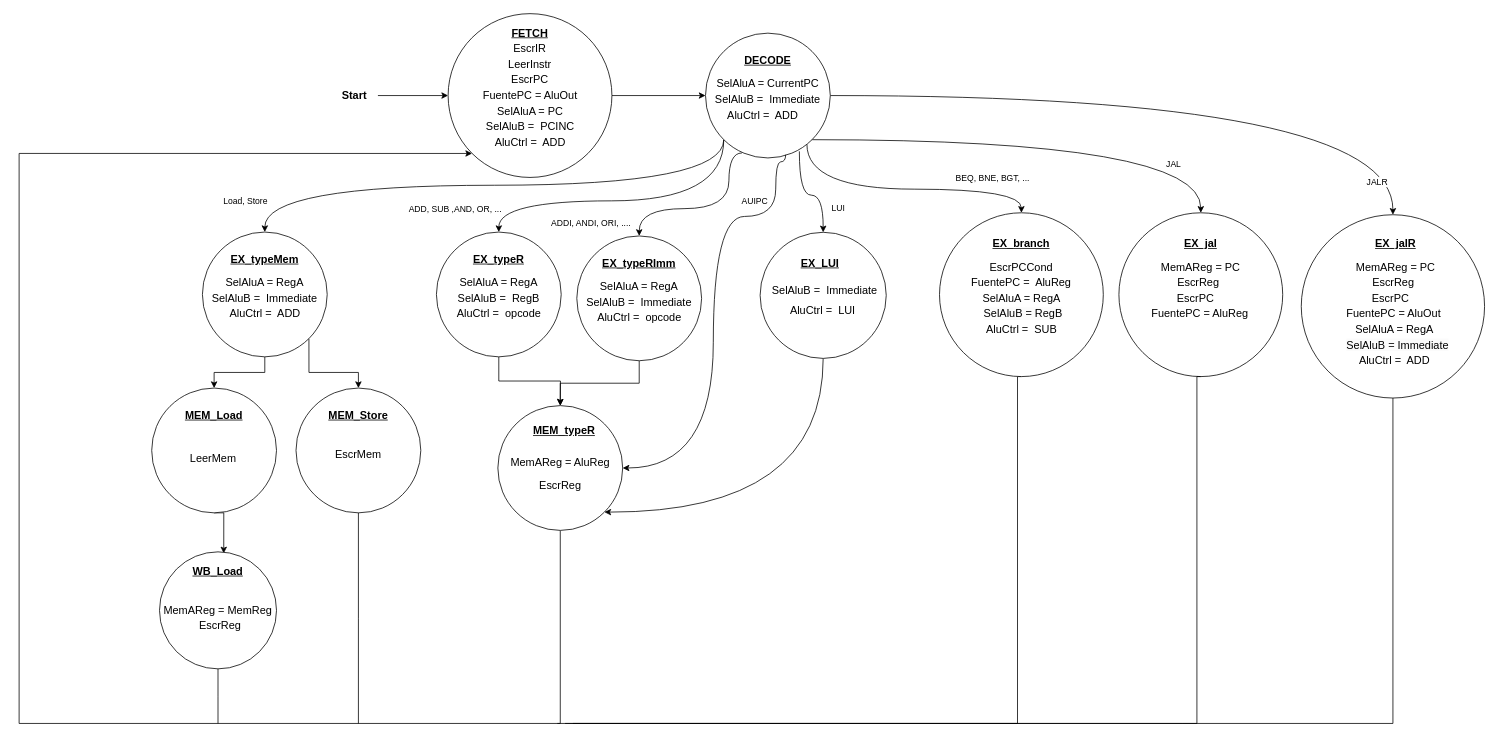
The draw.io diagram src/processors/RISC-V/rvms/StateDiagram/RVI32_StateMachine.drawio in ermaury/TFG_Ripes_MultiCycle_Processor, before the edit. Source tidied: cells renumbered, new cells numbered last; positions are measured from the earlier drawing's top-left corner, leaving out a move shared by most shapes. Both pictures are drawn from the tidied source at 78%, with x=0, y=0 at pixel (19, 13).
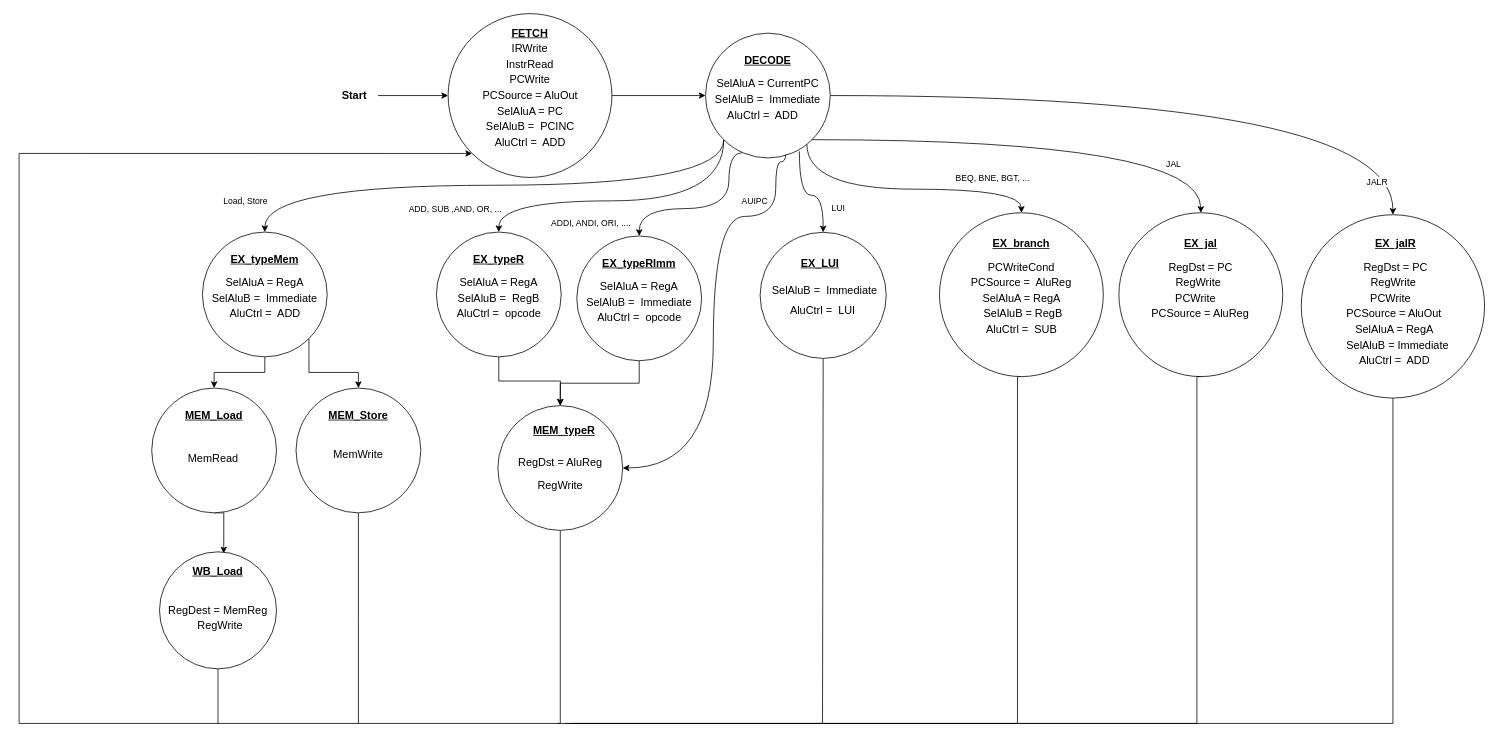
The same page after the edit.

Unchanged cells that the change refers to:
```xml
<mxCell id="43" style="ellipse;whiteSpace=wrap;html=1;" parent="1" vertex="1">
  <mxGeometry x="613.8" y="502.5" width="160" height="160" as="geometry" />
</mxCell>
<mxCell id="92" style="ellipse;whiteSpace=wrap;html=1;" parent="1" vertex="1">
  <mxGeometry x="950" y="280.3" width="161.7" height="161.7" as="geometry" />
</mxCell>
```

What changed in the source:
```diff
@@
-    <mxCell id="6" value="EscrIR" style="text;html=1;strokeColor=none;fillColor=none;align=center;verticalAlign=middle;whiteSpace=wrap;rounded=0;fontSize=14;" parent="1" vertex="1">
+    <mxCell id="6" value="IRWrite" style="text;html=1;strokeColor=none;fillColor=none;align=center;verticalAlign=middle;whiteSpace=wrap;rounded=0;fontSize=14;" parent="1" vertex="1">
       <mxGeometry x="625" y="30" width="60" height="30" as="geometry" />
     </mxCell>
-    <mxCell id="7" value="LeerInstr" style="text;html=1;strokeColor=none;fillColor=none;align=center;verticalAlign=middle;whiteSpace=wrap;rounded=0;fontSize=14;" parent="1" vertex="1">
+    <mxCell id="7" value="InstrRead" style="text;html=1;strokeColor=none;fillColor=none;align=center;verticalAlign=middle;whiteSpace=wrap;rounded=0;fontSize=14;" parent="1" vertex="1">
       <mxGeometry x="625" y="50" width="60" height="30" as="geometry" />
     </mxCell>
-    <mxCell id="8" value="EscrPC" style="text;html=1;strokeColor=none;fillColor=none;align=center;verticalAlign=middle;whiteSpace=wrap;rounded=0;fontSize=14;" parent="1" vertex="1">
+    <mxCell id="8" value="PCWrite" style="text;html=1;strokeColor=none;fillColor=none;align=center;verticalAlign=middle;whiteSpace=wrap;rounded=0;fontSize=14;" parent="1" vertex="1">
       <mxGeometry x="625" y="70" width="60" height="30" as="geometry" />
     </mxCell>
-    <mxCell id="9" value="FuentePC = AluOut" style="text;html=1;strokeColor=none;fillColor=none;align=center;verticalAlign=middle;whiteSpace=wrap;rounded=0;fontSize=14;" parent="1" vertex="1">
+    <mxCell id="9" value="PCSource = AluOut" style="text;html=1;strokeColor=none;fillColor=none;align=center;verticalAlign=middle;whiteSpace=wrap;rounded=0;fontSize=14;" parent="1" vertex="1">
       <mxGeometry x="592.5" y="90" width="125" height="30" as="geometry" />
     </mxCell>
@@
-    <mxCell id="44" value="MemAReg = AluReg" style="text;html=1;strokeColor=none;fillColor=none;align=center;verticalAlign=middle;whiteSpace=wrap;rounded=0;fontSize=14;" parent="1" vertex="1">
+    <mxCell id="44" value="RegDst = AluReg" style="text;html=1;strokeColor=none;fillColor=none;align=center;verticalAlign=middle;whiteSpace=wrap;rounded=0;fontSize=14;" parent="1" vertex="1">
       <mxGeometry x="625" y="560" width="137.5" height="30" as="geometry" />
     </mxCell>
-    <mxCell id="45" value="EscrReg" style="text;html=1;strokeColor=none;fillColor=none;align=center;verticalAlign=middle;whiteSpace=wrap;rounded=0;fontSize=14;" parent="1" vertex="1">
+    <mxCell id="45" value="RegWrite" style="text;html=1;strokeColor=none;fillColor=none;align=center;verticalAlign=middle;whiteSpace=wrap;rounded=0;fontSize=14;" parent="1" vertex="1">
       <mxGeometry x="625" y="590" width="137.5" height="30" as="geometry" />
     </mxCell>
@@
-    <mxCell id="60" value="MemAReg = MemReg" style="text;html=1;strokeColor=none;fillColor=none;align=center;verticalAlign=middle;whiteSpace=wrap;rounded=0;fontSize=14;" parent="1" vertex="1">
+    <mxCell id="60" value="RegDest = MemReg" style="text;html=1;strokeColor=none;fillColor=none;align=center;verticalAlign=middle;whiteSpace=wrap;rounded=0;fontSize=14;" parent="1" vertex="1">
       <mxGeometry x="183.1" y="750" width="143.8" height="30" as="geometry" />
     </mxCell>
-    <mxCell id="61" value="EscrReg" style="text;html=1;strokeColor=none;fillColor=none;align=center;verticalAlign=middle;whiteSpace=wrap;rounded=0;fontSize=14;" parent="1" vertex="1">
+    <mxCell id="61" value="RegWrite" style="text;html=1;strokeColor=none;fillColor=none;align=center;verticalAlign=middle;whiteSpace=wrap;rounded=0;fontSize=14;" parent="1" vertex="1">
       <mxGeometry x="189.4" y="770" width="137.5" height="30" as="geometry" />
     </mxCell>
@@
-    <mxCell id="64" value="EscrMem" style="text;html=1;strokeColor=none;fillColor=none;align=center;verticalAlign=middle;whiteSpace=wrap;rounded=0;fontSize=14;" parent="1" vertex="1">
+    <mxCell id="64" value="MemWrite" style="text;html=1;strokeColor=none;fillColor=none;align=center;verticalAlign=middle;whiteSpace=wrap;rounded=0;fontSize=14;" parent="1" vertex="1">
       <mxGeometry x="366.2" y="550" width="137.5" height="30" as="geometry" />
     </mxCell>
@@
-    <mxCell id="67" value="EscrPCCond" style="text;html=1;strokeColor=none;fillColor=none;align=center;verticalAlign=middle;whiteSpace=wrap;rounded=0;fontSize=14;" parent="1" vertex="1">
+    <mxCell id="67" value="PCWriteCond" style="text;html=1;strokeColor=none;fillColor=none;align=center;verticalAlign=middle;whiteSpace=wrap;rounded=0;fontSize=14;" parent="1" vertex="1">
       <mxGeometry x="1216.2" y="310.3" width="137.5" height="30" as="geometry" />
     </mxCell>
-    <mxCell id="68" value="FuentePC =&amp;nbsp; AluReg" style="text;html=1;strokeColor=none;fillColor=none;align=center;verticalAlign=middle;whiteSpace=wrap;rounded=0;fontSize=14;" parent="1" vertex="1">
+    <mxCell id="68" value="PCSource =&amp;nbsp; AluReg" style="text;html=1;strokeColor=none;fillColor=none;align=center;verticalAlign=middle;whiteSpace=wrap;rounded=0;fontSize=14;" parent="1" vertex="1">
       <mxGeometry x="1216.2" y="330.3" width="137.5" height="30" as="geometry" />
     </mxCell>
@@
-    <mxCell id="74" value="MemAReg = PC" style="text;html=1;strokeColor=none;fillColor=none;align=center;verticalAlign=middle;whiteSpace=wrap;rounded=0;fontSize=14;" parent="1" vertex="1">
+    <mxCell id="74" value="RegDst = PC" style="text;html=1;strokeColor=none;fillColor=none;align=center;verticalAlign=middle;whiteSpace=wrap;rounded=0;fontSize=14;" parent="1" vertex="1">
       <mxGeometry x="1446.2" y="310.3" width="137.5" height="30" as="geometry" />
     </mxCell>
-    <mxCell id="75" value="EscrReg" style="text;html=1;strokeColor=none;fillColor=none;align=center;verticalAlign=middle;whiteSpace=wrap;rounded=0;fontSize=14;" parent="1" vertex="1">
+    <mxCell id="75" value="RegWrite" style="text;html=1;strokeColor=none;fillColor=none;align=center;verticalAlign=middle;whiteSpace=wrap;rounded=0;fontSize=14;" parent="1" vertex="1">
       <mxGeometry x="1442.5" y="330.3" width="137.5" height="30" as="geometry" />
     </mxCell>
-    <mxCell id="76" value="EscrPC" style="text;html=1;strokeColor=none;fillColor=none;align=center;verticalAlign=middle;whiteSpace=wrap;rounded=0;fontSize=14;" parent="1" vertex="1">
+    <mxCell id="76" value="PCWrite" style="text;html=1;strokeColor=none;fillColor=none;align=center;verticalAlign=middle;whiteSpace=wrap;rounded=0;fontSize=14;" parent="1" vertex="1">
       <mxGeometry x="1446.2" y="350.3" width="125" height="30" as="geometry" />
     </mxCell>
@@
-    <mxCell id="78" value="&lt;div style=&quot;text-align: center;&quot;&gt;&lt;span style=&quot;background-color: initial; font-size: 14px;&quot;&gt;FuentePC = AluReg&lt;/span&gt;&lt;/div&gt;" style="text;whiteSpace=wrap;html=1;" parent="1" vertex="1">
+    <mxCell id="78" value="&lt;div style=&quot;text-align: center;&quot;&gt;&lt;span style=&quot;background-color: initial; font-size: 14px;&quot;&gt;PCSource = AluReg&lt;/span&gt;&lt;/div&gt;" style="text;whiteSpace=wrap;html=1;" parent="1" vertex="1">
       <mxGeometry x="1450" y="370.3" width="130" height="35" as="geometry" />
     </mxCell>
@@
-    <mxCell id="80" value="MemAReg = PC" style="text;html=1;strokeColor=none;fillColor=none;align=center;verticalAlign=middle;whiteSpace=wrap;rounded=0;fontSize=14;" parent="1" vertex="1">
+    <mxCell id="80" value="RegDst = PC" style="text;html=1;strokeColor=none;fillColor=none;align=center;verticalAlign=middle;whiteSpace=wrap;rounded=0;fontSize=14;" parent="1" vertex="1">
       <mxGeometry x="1696.2" y="310.3" width="137.5" height="30" as="geometry" />
     </mxCell>
-    <mxCell id="81" value="EscrReg" style="text;html=1;strokeColor=none;fillColor=none;align=center;verticalAlign=middle;whiteSpace=wrap;rounded=0;fontSize=14;" parent="1" vertex="1">
+    <mxCell id="81" value="RegWrite" style="text;html=1;strokeColor=none;fillColor=none;align=center;verticalAlign=middle;whiteSpace=wrap;rounded=0;fontSize=14;" parent="1" vertex="1">
       <mxGeometry x="1692.5" y="330.3" width="137.5" height="30" as="geometry" />
     </mxCell>
-    <mxCell id="82" value="EscrPC" style="text;html=1;strokeColor=none;fillColor=none;align=center;verticalAlign=middle;whiteSpace=wrap;rounded=0;fontSize=14;" parent="1" vertex="1">
+    <mxCell id="82" value="PCWrite" style="text;html=1;strokeColor=none;fillColor=none;align=center;verticalAlign=middle;whiteSpace=wrap;rounded=0;fontSize=14;" parent="1" vertex="1">
       <mxGeometry x="1696.2" y="350.3" width="125" height="30" as="geometry" />
     </mxCell>
@@
-    <mxCell id="84" value="&lt;div style=&quot;text-align: center;&quot;&gt;&lt;span style=&quot;background-color: initial; font-size: 14px;&quot;&gt;FuentePC = AluOut&lt;/span&gt;&lt;/div&gt;" style="text;whiteSpace=wrap;html=1;" parent="1" vertex="1">
+    <mxCell id="84" value="&lt;div style=&quot;text-align: center;&quot;&gt;&lt;span style=&quot;background-color: initial; font-size: 14px;&quot;&gt;PCSource = AluOut&lt;/span&gt;&lt;/div&gt;" style="text;whiteSpace=wrap;html=1;" parent="1" vertex="1">
       <mxGeometry x="1700" y="370.3" width="130" height="35" as="geometry" />
     </mxCell>
@@
-    <mxCell id="91" style="edgeStyle=orthogonalEdgeStyle;rounded=0;jettySize=auto;html=1;exitX=0.5;exitY=1;exitDx=0;exitDy=0;curved=1;entryX=1;entryY=1;entryDx=0;entryDy=0;" parent="1" edge="1" source="92" target="43">
+    <mxCell id="91" style="rounded=0;jettySize=auto;html=1;exitX=0.5;exitY=1;exitDx=0;exitDy=0;endArrow=none;endFill=0;" parent="1" edge="1" source="92">
       <mxGeometry relative="1" as="geometry">
-        <Array as="points">
-          <mxPoint x="1031" y="640" />
-          <mxPoint x="750" y="640" />
-        </Array>
+        <mxPoint x="1030" y="910" as="targetPoint" />
       </mxGeometry>
     </mxCell>
@@
-    <mxCell id="99" value="LeerMem" style="text;html=1;strokeColor=none;fillColor=none;align=center;verticalAlign=middle;whiteSpace=wrap;rounded=0;fontSize=14;" parent="1" vertex="1">
+    <mxCell id="99" value="MemRead" style="text;html=1;strokeColor=none;fillColor=none;align=center;verticalAlign=middle;whiteSpace=wrap;rounded=0;fontSize=14;" parent="1" vertex="1">
       <mxGeometry x="180" y="555" width="137.5" height="30" as="geometry" />
     </mxCell>
```
